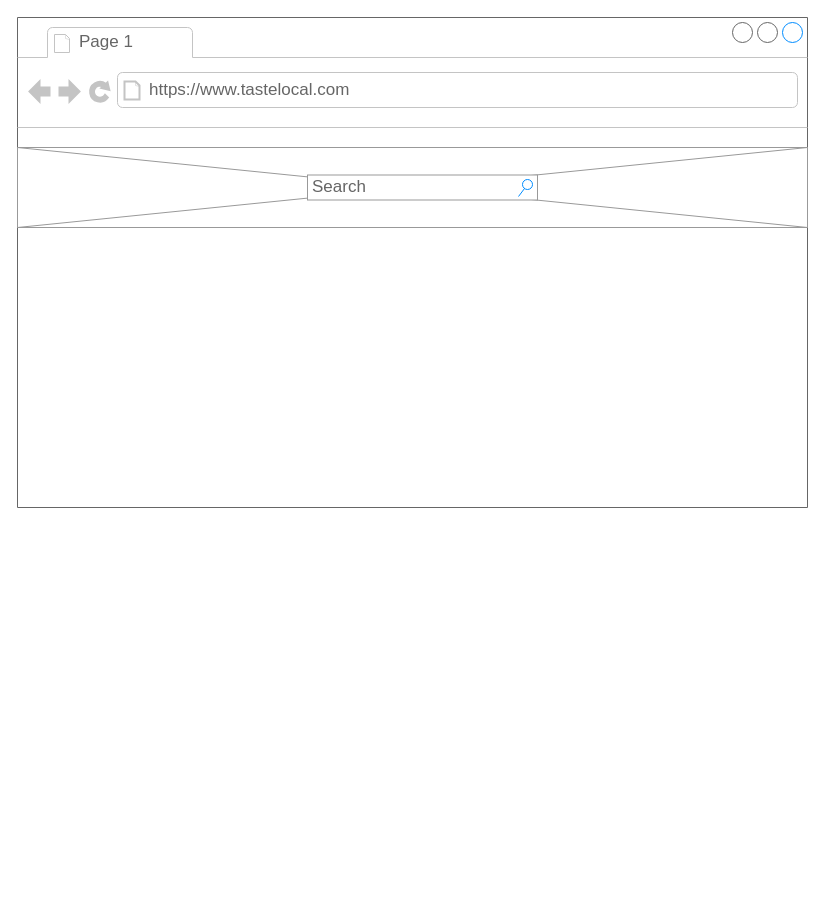
sumathydoss/sumathydoss keeps this draw.io diagram as Untitled Diagram.drawio. Above is the earlier version. Source tidied: cells renumbered, new cells numbered last; positions are measured from the earlier drawing's top-left corner, leaving out a move shared by most shapes. Both pictures are drawn from the tidied source at 100%, with x=0, y=0 at pixel (17, 17). Pictures stored in the file or linked from it are replaced by grey dashed boxes.
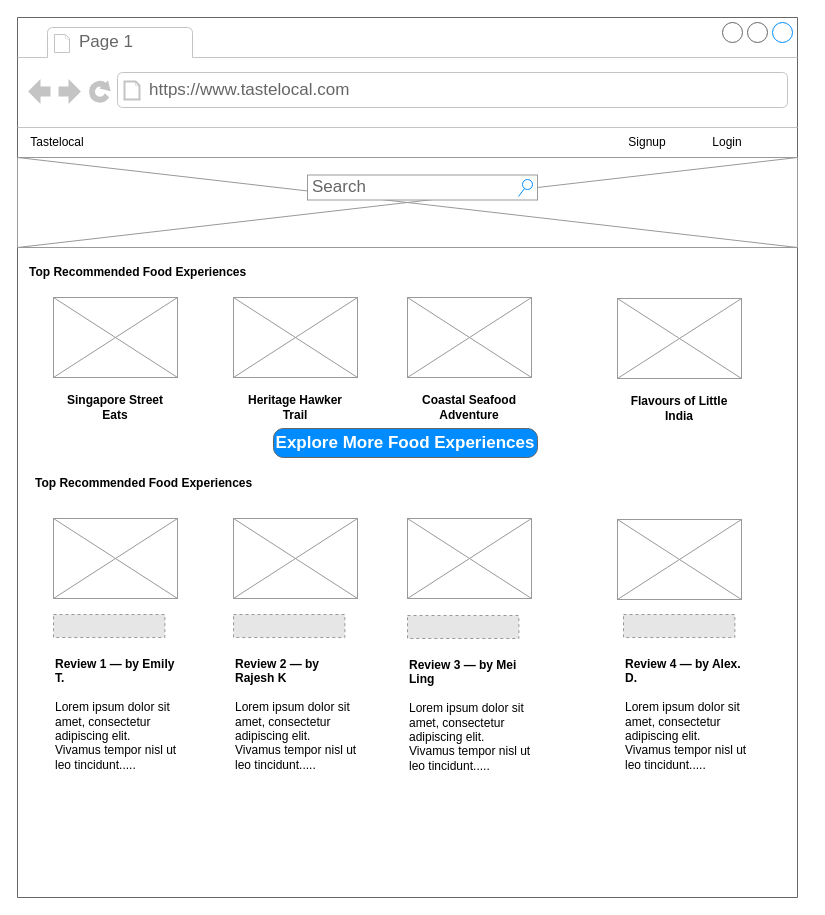
Above is the later version.

What changed in the source:
```diff
@@
     <mxCell id="2" style="strokeWidth=1;shadow=0;dashed=0;align=center;html=1;shape=mxgraph.mockup.containers.browserWindow;rSize=0;strokeColor=#666666;strokeColor2=#008cff;strokeColor3=#c4c4c4;mainText=,;" parent="1" vertex="1">
-      <mxGeometry width="790" height="490" as="geometry" />
+      <mxGeometry width="780" height="880" as="geometry" />
     </mxCell>
@@
     <mxCell id="5" style="verticalLabelPosition=bottom;shadow=0;dashed=0;align=center;html=1;verticalAlign=top;strokeWidth=1;shape=mxgraph.mockup.graphics.simpleIcon;strokeColor=#999999;" parent="2" vertex="1">
-      <mxGeometry y="130" width="790" height="80" as="geometry" />
+      <mxGeometry y="140" width="780" height="90" as="geometry" />
     </mxCell>
@@
+    <mxCell id="7" value="Tastelocal" style="text;html=1;whiteSpace=wrap;strokeColor=none;fillColor=none;align=center;verticalAlign=middle;rounded=0;" parent="2" vertex="1">
+      <mxGeometry x="10" y="110" width="60" height="30" as="geometry" />
+    </mxCell>
+    <mxCell id="8" value="Login" style="text;html=1;whiteSpace=wrap;strokeColor=none;fillColor=none;align=center;verticalAlign=middle;rounded=0;" parent="2" vertex="1">
+      <mxGeometry x="680" y="110" width="60" height="30" as="geometry" />
+    </mxCell>
+    <mxCell id="9" value="Signup" style="text;html=1;whiteSpace=wrap;strokeColor=none;fillColor=none;align=center;verticalAlign=middle;rounded=0;" parent="2" vertex="1">
+      <mxGeometry x="600" y="110" width="60" height="30" as="geometry" />
+    </mxCell>
+    <mxCell id="10" value="&lt;b&gt;&lt;font style=&quot;font-size: 12px;&quot;&gt;Top Recommended Food Experiences&lt;/font&gt;&lt;/b&gt;" style="text;html=1;whiteSpace=wrap;strokeColor=none;fillColor=none;align=left;verticalAlign=middle;rounded=0;" parent="2" vertex="1">
+      <mxGeometry x="10" y="240" width="290" height="30" as="geometry" />
+    </mxCell>
+    <mxCell id="11" style="verticalLabelPosition=bottom;shadow=0;dashed=0;align=center;html=1;verticalAlign=top;strokeWidth=1;shape=mxgraph.mockup.graphics.simpleIcon;strokeColor=#999999;" parent="2" vertex="1">
+      <mxGeometry x="36" y="280" width="124" height="80" as="geometry" />
+    </mxCell>
+    <mxCell id="12" value="&lt;b&gt;Singapore Street Eats&lt;/b&gt;" style="text;html=1;whiteSpace=wrap;strokeColor=none;fillColor=none;align=center;verticalAlign=middle;rounded=0;" parent="2" vertex="1">
+      <mxGeometry x="36" y="375" width="124" height="30" as="geometry" />
+    </mxCell>
+    <mxCell id="13" style="verticalLabelPosition=bottom;shadow=0;dashed=0;align=center;html=1;verticalAlign=top;strokeWidth=1;shape=mxgraph.mockup.graphics.simpleIcon;strokeColor=#999999;" parent="2" vertex="1">
+      <mxGeometry x="216" y="280" width="124" height="80" as="geometry" />
+    </mxCell>
+    <mxCell id="14" value="&lt;b&gt;Heritage Hawker Trail&lt;/b&gt;" style="text;html=1;whiteSpace=wrap;strokeColor=none;fillColor=none;align=center;verticalAlign=middle;rounded=0;" parent="2" vertex="1">
+      <mxGeometry x="216" y="375" width="124" height="30" as="geometry" />
+    </mxCell>
+    <mxCell id="15" style="verticalLabelPosition=bottom;shadow=0;dashed=0;align=center;html=1;verticalAlign=top;strokeWidth=1;shape=mxgraph.mockup.graphics.simpleIcon;strokeColor=#999999;" parent="2" vertex="1">
+      <mxGeometry x="390" y="280" width="124" height="80" as="geometry" />
+    </mxCell>
+    <mxCell id="16" value="&lt;b&gt;Coastal Seafood Adventure&lt;/b&gt;" style="text;html=1;whiteSpace=wrap;strokeColor=none;fillColor=none;align=center;verticalAlign=middle;rounded=0;" parent="2" vertex="1">
+      <mxGeometry x="390" y="375" width="124" height="30" as="geometry" />
+    </mxCell>
+    <mxCell id="17" style="verticalLabelPosition=bottom;shadow=0;dashed=0;align=center;html=1;verticalAlign=top;strokeWidth=1;shape=mxgraph.mockup.graphics.simpleIcon;strokeColor=#999999;" parent="2" vertex="1">
+      <mxGeometry x="600" y="281" width="124" height="80" as="geometry" />
+    </mxCell>
+    <mxCell id="18" value="&lt;b&gt;Flavours of Little India&lt;/b&gt;" style="text;html=1;whiteSpace=wrap;strokeColor=none;fillColor=none;align=center;verticalAlign=middle;rounded=0;" parent="2" vertex="1">
+      <mxGeometry x="600" y="376" width="124" height="30" as="geometry" />
+    </mxCell>
+    <mxCell id="19" value="&lt;b&gt;&lt;font style=&quot;font-size: 12px;&quot;&gt;Top Recommended Food Experiences&lt;/font&gt;&lt;/b&gt;" style="text;html=1;whiteSpace=wrap;strokeColor=none;fillColor=none;align=left;verticalAlign=middle;rounded=0;" parent="2" vertex="1">
+      <mxGeometry x="16" y="451" width="290" height="30" as="geometry" />
+    </mxCell>
+    <mxCell id="20" value="Explore More Food Experiences" style="strokeWidth=1;shadow=0;dashed=0;align=center;html=1;shape=mxgraph.mockup.buttons.button;strokeColor=#666666;fontColor=#ffffff;mainText=;buttonStyle=round;fontSize=17;fontStyle=1;fillColor=#008cff;whiteSpace=wrap;" parent="2" vertex="1">
+      <mxGeometry x="256" y="411" width="264" height="29" as="geometry" />
+    </mxCell>
+    <mxCell id="21" style="verticalLabelPosition=bottom;shadow=0;dashed=0;align=center;html=1;verticalAlign=top;strokeWidth=1;shape=mxgraph.mockup.graphics.simpleIcon;strokeColor=#999999;" parent="2" vertex="1">
+      <mxGeometry x="36" y="501" width="124" height="80" as="geometry" />
+    </mxCell>
+    <mxCell id="22" value="&lt;strong&gt;Review 1 — by Emily T.&lt;/strong&gt;&lt;br&gt;&lt;br&gt;Lorem ipsum dolor sit amet, consectetur adipiscing elit. Vivamus tempor nisl ut leo tincidunt....." style="text;html=1;whiteSpace=wrap;strokeColor=none;fillColor=none;align=left;verticalAlign=middle;rounded=0;" parent="2" vertex="1">
+      <mxGeometry x="36" y="640" width="124" height="114" as="geometry" />
+    </mxCell>
+    <mxCell id="23" style="verticalLabelPosition=bottom;shadow=0;dashed=0;align=center;html=1;verticalAlign=top;strokeWidth=1;shape=mxgraph.mockup.graphics.simpleIcon;strokeColor=#999999;" parent="2" vertex="1">
+      <mxGeometry x="216" y="501" width="124" height="80" as="geometry" />
+    </mxCell>
+    <mxCell id="24" style="verticalLabelPosition=bottom;shadow=0;dashed=0;align=center;html=1;verticalAlign=top;strokeWidth=1;shape=mxgraph.mockup.graphics.simpleIcon;strokeColor=#999999;" parent="2" vertex="1">
+      <mxGeometry x="390" y="501" width="124" height="80" as="geometry" />
+    </mxCell>
+    <mxCell id="25" style="verticalLabelPosition=bottom;shadow=0;dashed=0;align=center;html=1;verticalAlign=top;strokeWidth=1;shape=mxgraph.mockup.graphics.simpleIcon;strokeColor=#999999;" parent="2" vertex="1">
+      <mxGeometry x="600" y="502" width="124" height="80" as="geometry" />
+    </mxCell>
+    <mxCell id="26" style="fillColor=#E6E6E6;strokeColor=#999999;dashed=1;verticalLabelPosition=bottom;labelBackgroundColor=default;verticalAlign=top;" parent="2" vertex="1">
+      <mxGeometry x="36" y="597" width="111.4" height="23" as="geometry" />
+    </mxCell>
+    <mxCell id="27" value="&lt;strong&gt;Review 2 — by Rajesh K&lt;/strong&gt;&lt;br&gt;&lt;br&gt;Lorem ipsum dolor sit amet, consectetur adipiscing elit. Vivamus tempor nisl ut leo tincidunt....." style="text;html=1;whiteSpace=wrap;strokeColor=none;fillColor=none;align=left;verticalAlign=middle;rounded=0;" parent="2" vertex="1">
+      <mxGeometry x="216" y="640" width="124" height="114" as="geometry" />
+    </mxCell>
+    <mxCell id="28" style="fillColor=#E6E6E6;strokeColor=#999999;dashed=1;verticalLabelPosition=bottom;labelBackgroundColor=default;verticalAlign=top;" parent="2" vertex="1">
+      <mxGeometry x="216" y="597" width="111.4" height="23" as="geometry" />
+    </mxCell>
+    <mxCell id="29" value="&lt;strong&gt;Review 3 — by Mei Ling&lt;/strong&gt;&lt;br&gt;&lt;br&gt;Lorem ipsum dolor sit amet, consectetur adipiscing elit. Vivamus tempor nisl ut leo tincidunt....." style="text;html=1;whiteSpace=wrap;strokeColor=none;fillColor=none;align=left;verticalAlign=middle;rounded=0;" parent="2" vertex="1">
+      <mxGeometry x="390" y="641" width="124" height="114" as="geometry" />
+    </mxCell>
+    <mxCell id="30" style="fillColor=#E6E6E6;strokeColor=#999999;dashed=1;verticalLabelPosition=bottom;labelBackgroundColor=default;verticalAlign=top;" parent="2" vertex="1">
+      <mxGeometry x="390" y="598" width="111.4" height="23" as="geometry" />
+    </mxCell>
+    <mxCell id="31" value="&lt;strong&gt;Review 4 — by Alex. D.&lt;/strong&gt;&lt;br&gt;&lt;br&gt;Lorem ipsum dolor sit amet, consectetur adipiscing elit. Vivamus tempor nisl ut leo tincidunt....." style="text;html=1;whiteSpace=wrap;strokeColor=none;fillColor=none;align=left;verticalAlign=middle;rounded=0;" parent="2" vertex="1">
+      <mxGeometry x="606" y="640" width="124" height="114" as="geometry" />
+    </mxCell>
+    <mxCell id="32" style="fillColor=#E6E6E6;strokeColor=#999999;dashed=1;verticalLabelPosition=bottom;labelBackgroundColor=default;verticalAlign=top;" parent="2" vertex="1">
+      <mxGeometry x="606" y="597" width="111.4" height="23" as="geometry" />
+    </mxCell>
```
